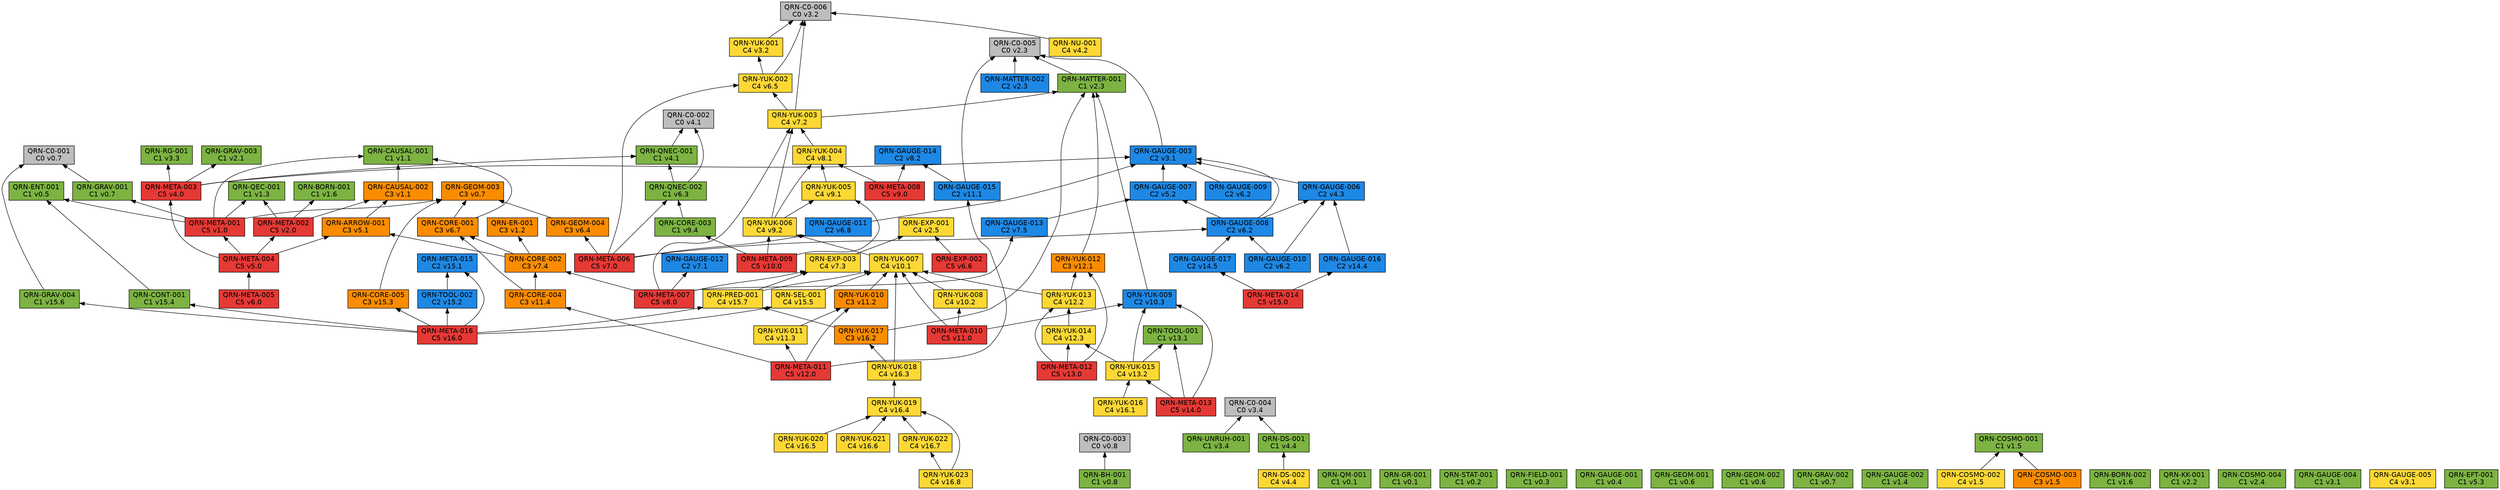
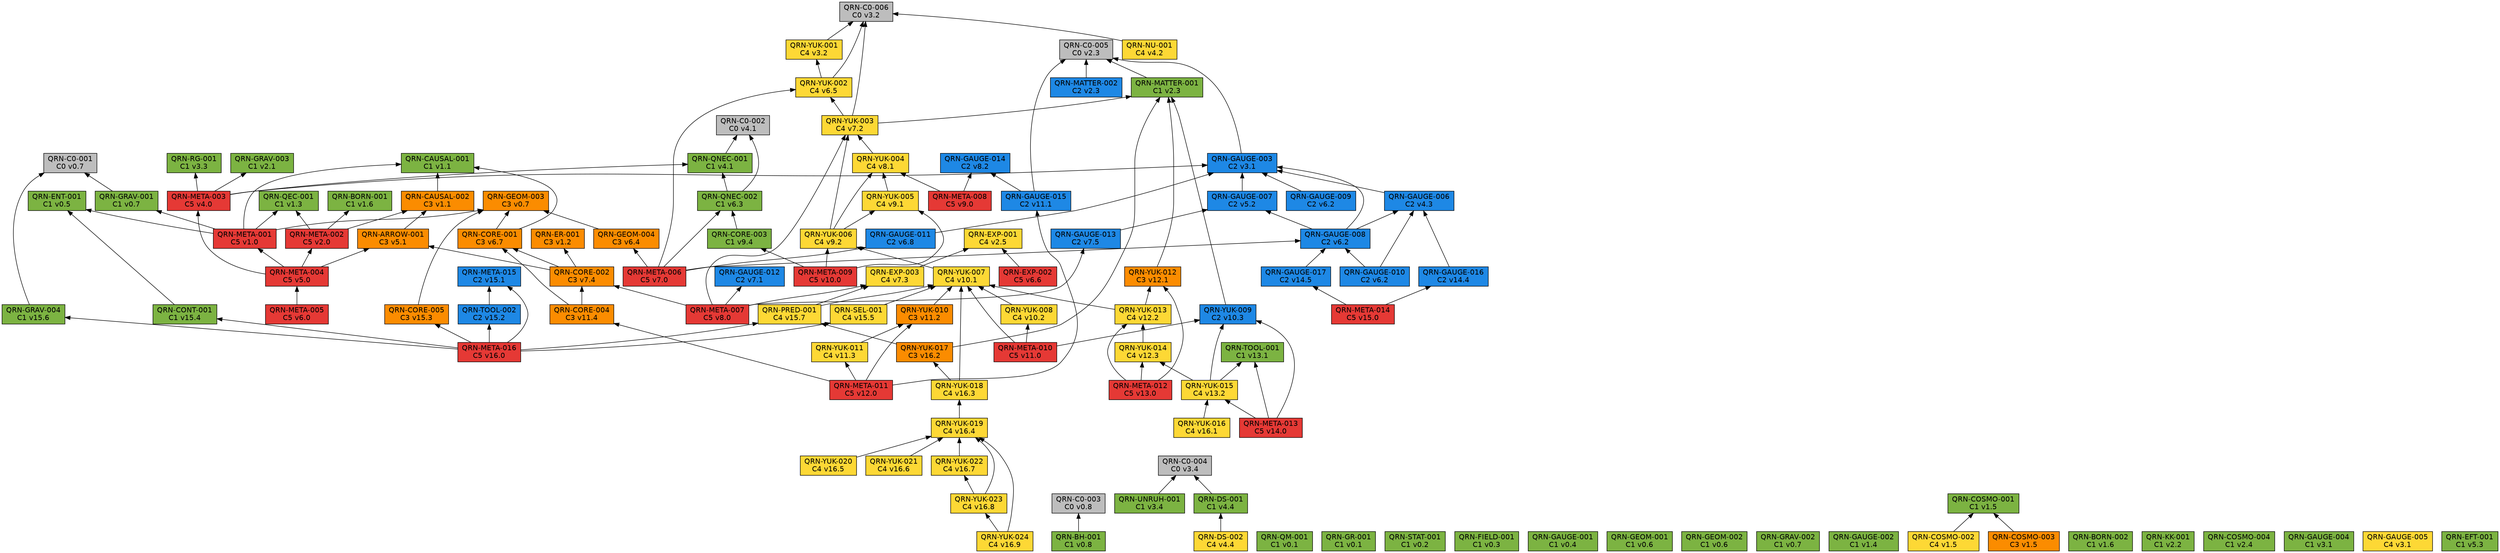
// 自動生成 (dag/report.pl) — QRN 主張依存グラフ
digraph qrn {
  rankdir=BT;
  node [shape=box, style=filled, fontname="Helvetica"];
  "QRN-C0-001" [fillcolor="#bdbdbd", label="QRN-C0-001\nC0 v0.7"];
  "QRN-C0-002" [fillcolor="#bdbdbd", label="QRN-C0-002\nC0 v4.1"];
  "QRN-C0-003" [fillcolor="#bdbdbd", label="QRN-C0-003\nC0 v0.8"];
  "QRN-C0-004" [fillcolor="#bdbdbd", label="QRN-C0-004\nC0 v3.4"];
  "QRN-C0-005" [fillcolor="#bdbdbd", label="QRN-C0-005\nC0 v2.3"];
  "QRN-C0-006" [fillcolor="#bdbdbd", label="QRN-C0-006\nC0 v3.2"];
  "QRN-QM-001" [fillcolor="#7cb342", label="QRN-QM-001\nC1 v0.1"];
  "QRN-GR-001" [fillcolor="#7cb342", label="QRN-GR-001\nC1 v0.1"];
  "QRN-STAT-001" [fillcolor="#7cb342", label="QRN-STAT-001\nC1 v0.2"];
  "QRN-FIELD-001" [fillcolor="#7cb342", label="QRN-FIELD-001\nC1 v0.3"];
  "QRN-GAUGE-001" [fillcolor="#7cb342", label="QRN-GAUGE-001\nC1 v0.4"];
  "QRN-ENT-001" [fillcolor="#7cb342", label="QRN-ENT-001\nC1 v0.5"];
  "QRN-GEOM-001" [fillcolor="#7cb342", label="QRN-GEOM-001\nC1 v0.6"];
  "QRN-GEOM-002" [fillcolor="#7cb342", label="QRN-GEOM-002\nC1 v0.6"];
  "QRN-GEOM-003" [fillcolor="#fb8c00", label="QRN-GEOM-003\nC3 v0.7"];
  "QRN-GRAV-001" [fillcolor="#7cb342", label="QRN-GRAV-001\nC1 v0.7"];
  "QRN-GRAV-002" [fillcolor="#7cb342", label="QRN-GRAV-002\nC1 v0.7"];
  "QRN-BH-001" [fillcolor="#7cb342", label="QRN-BH-001\nC1 v0.8"];
  "QRN-CAUSAL-001" [fillcolor="#7cb342", label="QRN-CAUSAL-001\nC1 v1.1"];
  "QRN-CAUSAL-002" [fillcolor="#fb8c00", label="QRN-CAUSAL-002\nC3 v1.1"];
  "QRN-ER-001" [fillcolor="#fb8c00", label="QRN-ER-001\nC3 v1.2"];
  "QRN-QEC-001" [fillcolor="#7cb342", label="QRN-QEC-001\nC1 v1.3"];
  "QRN-GAUGE-002" [fillcolor="#7cb342", label="QRN-GAUGE-002\nC1 v1.4"];
  "QRN-COSMO-001" [fillcolor="#7cb342", label="QRN-COSMO-001\nC1 v1.5"];
  "QRN-COSMO-002" [fillcolor="#fdd835", label="QRN-COSMO-002\nC4 v1.5"];
  "QRN-COSMO-003" [fillcolor="#fb8c00", label="QRN-COSMO-003\nC3 v1.5"];
  "QRN-BORN-001" [fillcolor="#7cb342", label="QRN-BORN-001\nC1 v1.6"];
  "QRN-BORN-002" [fillcolor="#7cb342", label="QRN-BORN-002\nC1 v1.6"];
  "QRN-GRAV-003" [fillcolor="#7cb342", label="QRN-GRAV-003\nC1 v2.1"];
  "QRN-KK-001" [fillcolor="#7cb342", label="QRN-KK-001\nC1 v2.2"];
  "QRN-MATTER-001" [fillcolor="#7cb342", label="QRN-MATTER-001\nC1 v2.3"];
  "QRN-MATTER-002" [fillcolor="#1e88e5", label="QRN-MATTER-002\nC2 v2.3"];
  "QRN-COSMO-004" [fillcolor="#7cb342", label="QRN-COSMO-004\nC1 v2.4"];
  "QRN-EXP-001" [fillcolor="#fdd835", label="QRN-EXP-001\nC4 v2.5"];
  "QRN-GAUGE-003" [fillcolor="#1e88e5", label="QRN-GAUGE-003\nC2 v3.1"];
  "QRN-GAUGE-004" [fillcolor="#7cb342", label="QRN-GAUGE-004\nC1 v3.1"];
  "QRN-GAUGE-005" [fillcolor="#fdd835", label="QRN-GAUGE-005\nC4 v3.1"];
  "QRN-YUK-001" [fillcolor="#fdd835", label="QRN-YUK-001\nC4 v3.2"];
  "QRN-RG-001" [fillcolor="#7cb342", label="QRN-RG-001\nC1 v3.3"];
  "QRN-UNRUH-001" [fillcolor="#7cb342", label="QRN-UNRUH-001\nC1 v3.4"];
  "QRN-QNEC-001" [fillcolor="#7cb342", label="QRN-QNEC-001\nC1 v4.1"];
  "QRN-NU-001" [fillcolor="#fdd835", label="QRN-NU-001\nC4 v4.2"];
  "QRN-GAUGE-006" [fillcolor="#1e88e5", label="QRN-GAUGE-006\nC2 v4.3"];
  "QRN-DS-001" [fillcolor="#7cb342", label="QRN-DS-001\nC1 v4.4"];
  "QRN-DS-002" [fillcolor="#fdd835", label="QRN-DS-002\nC4 v4.4"];
  "QRN-ARROW-001" [fillcolor="#fb8c00", label="QRN-ARROW-001\nC3 v5.1"];
  "QRN-GAUGE-007" [fillcolor="#1e88e5", label="QRN-GAUGE-007\nC2 v5.2"];
  "QRN-EFT-001" [fillcolor="#7cb342", label="QRN-EFT-001\nC1 v5.3"];
  "QRN-GAUGE-008" [fillcolor="#1e88e5", label="QRN-GAUGE-008\nC2 v6.2"];
  "QRN-GAUGE-009" [fillcolor="#1e88e5", label="QRN-GAUGE-009\nC2 v6.2"];
  "QRN-GAUGE-010" [fillcolor="#1e88e5", label="QRN-GAUGE-010\nC2 v6.2"];
  "QRN-QNEC-002" [fillcolor="#7cb342", label="QRN-QNEC-002\nC1 v6.3"];
  "QRN-GEOM-004" [fillcolor="#fb8c00", label="QRN-GEOM-004\nC3 v6.4"];
  "QRN-YUK-002" [fillcolor="#fdd835", label="QRN-YUK-002\nC4 v6.5"];
  "QRN-EXP-002" [fillcolor="#e53935", label="QRN-EXP-002\nC5 v6.6"];
  "QRN-CORE-001" [fillcolor="#fb8c00", label="QRN-CORE-001\nC3 v6.7"];
  "QRN-GAUGE-011" [fillcolor="#1e88e5", label="QRN-GAUGE-011\nC2 v6.8"];
  "QRN-GAUGE-012" [fillcolor="#1e88e5", label="QRN-GAUGE-012\nC2 v7.1"];
  "QRN-YUK-003" [fillcolor="#fdd835", label="QRN-YUK-003\nC4 v7.2"];
  "QRN-EXP-003" [fillcolor="#fdd835", label="QRN-EXP-003\nC4 v7.3"];
  "QRN-CORE-002" [fillcolor="#fb8c00", label="QRN-CORE-002\nC3 v7.4"];
  "QRN-GAUGE-013" [fillcolor="#1e88e5", label="QRN-GAUGE-013\nC2 v7.5"];
  "QRN-YUK-004" [fillcolor="#fdd835", label="QRN-YUK-004\nC4 v8.1"];
  "QRN-GAUGE-014" [fillcolor="#1e88e5", label="QRN-GAUGE-014\nC2 v8.2"];
  "QRN-META-001" [fillcolor="#e53935", label="QRN-META-001\nC5 v1.0"];
  "QRN-META-002" [fillcolor="#e53935", label="QRN-META-002\nC5 v2.0"];
  "QRN-META-003" [fillcolor="#e53935", label="QRN-META-003\nC5 v4.0"];
  "QRN-META-004" [fillcolor="#e53935", label="QRN-META-004\nC5 v5.0"];
  "QRN-META-005" [fillcolor="#e53935", label="QRN-META-005\nC5 v6.0"];
  "QRN-META-006" [fillcolor="#e53935", label="QRN-META-006\nC5 v7.0"];
  "QRN-META-007" [fillcolor="#e53935", label="QRN-META-007\nC5 v8.0"];
  "QRN-META-008" [fillcolor="#e53935", label="QRN-META-008\nC5 v9.0"];
  "QRN-YUK-005" [fillcolor="#fdd835", label="QRN-YUK-005\nC4 v9.1"];
  "QRN-YUK-006" [fillcolor="#fdd835", label="QRN-YUK-006\nC4 v9.2"];
  "QRN-CORE-003" [fillcolor="#7cb342", label="QRN-CORE-003\nC1 v9.4"];
  "QRN-META-009" [fillcolor="#e53935", label="QRN-META-009\nC5 v10.0"];
  "QRN-YUK-007" [fillcolor="#fdd835", label="QRN-YUK-007\nC4 v10.1"];
  "QRN-YUK-008" [fillcolor="#fdd835", label="QRN-YUK-008\nC4 v10.2"];
  "QRN-YUK-009" [fillcolor="#1e88e5", label="QRN-YUK-009\nC2 v10.3"];
  "QRN-META-010" [fillcolor="#e53935", label="QRN-META-010\nC5 v11.0"];
  "QRN-GAUGE-015" [fillcolor="#1e88e5", label="QRN-GAUGE-015\nC2 v11.1"];
  "QRN-YUK-010" [fillcolor="#fb8c00", label="QRN-YUK-010\nC3 v11.2"];
  "QRN-YUK-011" [fillcolor="#fdd835", label="QRN-YUK-011\nC4 v11.3"];
  "QRN-CORE-004" [fillcolor="#fb8c00", label="QRN-CORE-004\nC3 v11.4"];
  "QRN-META-011" [fillcolor="#e53935", label="QRN-META-011\nC5 v12.0"];
  "QRN-YUK-012" [fillcolor="#fb8c00", label="QRN-YUK-012\nC3 v12.1"];
  "QRN-YUK-013" [fillcolor="#fdd835", label="QRN-YUK-013\nC4 v12.2"];
  "QRN-YUK-014" [fillcolor="#fdd835", label="QRN-YUK-014\nC4 v12.3"];
  "QRN-META-012" [fillcolor="#e53935", label="QRN-META-012\nC5 v13.0"];
  "QRN-TOOL-001" [fillcolor="#7cb342", label="QRN-TOOL-001\nC1 v13.1"];
  "QRN-YUK-015" [fillcolor="#fdd835", label="QRN-YUK-015\nC4 v13.2"];
  "QRN-META-013" [fillcolor="#e53935", label="QRN-META-013\nC5 v14.0"];
  "QRN-GAUGE-016" [fillcolor="#1e88e5", label="QRN-GAUGE-016\nC2 v14.4"];
  "QRN-GAUGE-017" [fillcolor="#1e88e5", label="QRN-GAUGE-017\nC2 v14.5"];
  "QRN-META-014" [fillcolor="#e53935", label="QRN-META-014\nC5 v15.0"];
  "QRN-META-015" [fillcolor="#1e88e5", label="QRN-META-015\nC2 v15.1"];
  "QRN-TOOL-002" [fillcolor="#1e88e5", label="QRN-TOOL-002\nC2 v15.2"];
  "QRN-CORE-005" [fillcolor="#fb8c00", label="QRN-CORE-005\nC3 v15.3"];
  "QRN-CONT-001" [fillcolor="#7cb342", label="QRN-CONT-001\nC1 v15.4"];
  "QRN-SEL-001" [fillcolor="#fdd835", label="QRN-SEL-001\nC4 v15.5"];
  "QRN-GRAV-004" [fillcolor="#7cb342", label="QRN-GRAV-004\nC1 v15.6"];
  "QRN-PRED-001" [fillcolor="#fdd835", label="QRN-PRED-001\nC4 v15.7"];
  "QRN-META-016" [fillcolor="#e53935", label="QRN-META-016\nC5 v16.0"];
  "QRN-YUK-016" [fillcolor="#fdd835", label="QRN-YUK-016\nC4 v16.1"];
  "QRN-YUK-017" [fillcolor="#fb8c00", label="QRN-YUK-017\nC3 v16.2"];
  "QRN-YUK-018" [fillcolor="#fdd835", label="QRN-YUK-018\nC4 v16.3"];
  "QRN-YUK-019" [fillcolor="#fdd835", label="QRN-YUK-019\nC4 v16.4"];
  "QRN-YUK-020" [fillcolor="#fdd835", label="QRN-YUK-020\nC4 v16.5"];
  "QRN-YUK-021" [fillcolor="#fdd835", label="QRN-YUK-021\nC4 v16.6"];
  "QRN-YUK-022" [fillcolor="#fdd835", label="QRN-YUK-022\nC4 v16.7"];
  "QRN-YUK-023" [fillcolor="#fdd835", label="QRN-YUK-023\nC4 v16.8"];
+   "QRN-YUK-024" [fillcolor="#fdd835", label="QRN-YUK-024\nC4 v16.9"];
  "QRN-GRAV-001" -> "QRN-C0-001";
  "QRN-BH-001" -> "QRN-C0-003";
  "QRN-CAUSAL-002" -> "QRN-CAUSAL-001";
  "QRN-COSMO-002" -> "QRN-COSMO-001";
  "QRN-COSMO-003" -> "QRN-COSMO-001";
  "QRN-MATTER-001" -> "QRN-C0-005";
  "QRN-MATTER-002" -> "QRN-C0-005";
  "QRN-GAUGE-003" -> "QRN-C0-005";
  "QRN-YUK-001" -> "QRN-C0-006";
  "QRN-UNRUH-001" -> "QRN-C0-004";
  "QRN-QNEC-001" -> "QRN-C0-002";
  "QRN-NU-001" -> "QRN-C0-006";
  "QRN-GAUGE-006" -> "QRN-GAUGE-003";
  "QRN-DS-001" -> "QRN-C0-004";
  "QRN-DS-002" -> "QRN-DS-001";
  "QRN-ARROW-001" -> "QRN-CAUSAL-002";
  "QRN-GAUGE-007" -> "QRN-GAUGE-003";
  "QRN-GAUGE-008" -> "QRN-GAUGE-003";
  "QRN-GAUGE-008" -> "QRN-GAUGE-006";
  "QRN-GAUGE-008" -> "QRN-GAUGE-007";
  "QRN-GAUGE-009" -> "QRN-GAUGE-003";
  "QRN-GAUGE-010" -> "QRN-GAUGE-006";
  "QRN-GAUGE-010" -> "QRN-GAUGE-008";
  "QRN-QNEC-002" -> "QRN-C0-002";
  "QRN-QNEC-002" -> "QRN-QNEC-001";
  "QRN-GEOM-004" -> "QRN-GEOM-003";
  "QRN-YUK-002" -> "QRN-C0-006";
  "QRN-YUK-002" -> "QRN-YUK-001";
  "QRN-EXP-002" -> "QRN-EXP-001";
  "QRN-CORE-001" -> "QRN-GEOM-003";
  "QRN-CORE-001" -> "QRN-CAUSAL-001";
  "QRN-GAUGE-011" -> "QRN-GAUGE-003";
  "QRN-YUK-003" -> "QRN-C0-006";
  "QRN-YUK-003" -> "QRN-MATTER-001";
  "QRN-YUK-003" -> "QRN-YUK-002";
  "QRN-EXP-003" -> "QRN-EXP-001";
  "QRN-CORE-002" -> "QRN-CORE-001";
  "QRN-CORE-002" -> "QRN-ER-001";
  "QRN-CORE-002" -> "QRN-ARROW-001";
  "QRN-GAUGE-013" -> "QRN-GAUGE-007";
  "QRN-YUK-004" -> "QRN-YUK-003";
  "QRN-META-001" -> "QRN-GEOM-003";
  "QRN-META-001" -> "QRN-GRAV-001";
  "QRN-META-001" -> "QRN-CAUSAL-001";
  "QRN-META-001" -> "QRN-QEC-001";
  "QRN-META-001" -> "QRN-ENT-001";
  "QRN-META-002" -> "QRN-QEC-001";
  "QRN-META-002" -> "QRN-BORN-001";
  "QRN-META-002" -> "QRN-CAUSAL-002";
  "QRN-META-003" -> "QRN-GAUGE-003";
  "QRN-META-003" -> "QRN-RG-001";
  "QRN-META-003" -> "QRN-QNEC-001";
  "QRN-META-003" -> "QRN-GRAV-003";
  "QRN-META-004" -> "QRN-META-001";
  "QRN-META-004" -> "QRN-META-002";
  "QRN-META-004" -> "QRN-META-003";
  "QRN-META-004" -> "QRN-ARROW-001";
  "QRN-META-005" -> "QRN-META-004";
  "QRN-META-006" -> "QRN-GAUGE-008";
  "QRN-META-006" -> "QRN-QNEC-002";
  "QRN-META-006" -> "QRN-GEOM-004";
  "QRN-META-006" -> "QRN-YUK-002";
  "QRN-META-006" -> "QRN-GAUGE-011";
  "QRN-META-007" -> "QRN-GAUGE-012";
  "QRN-META-007" -> "QRN-YUK-003";
  "QRN-META-007" -> "QRN-EXP-003";
  "QRN-META-007" -> "QRN-CORE-002";
  "QRN-META-007" -> "QRN-GAUGE-013";
  "QRN-META-008" -> "QRN-YUK-004";
  "QRN-META-008" -> "QRN-GAUGE-014";
  "QRN-YUK-005" -> "QRN-YUK-004";
  "QRN-YUK-006" -> "QRN-YUK-003";
  "QRN-YUK-006" -> "QRN-YUK-004";
  "QRN-YUK-006" -> "QRN-YUK-005";
  "QRN-CORE-003" -> "QRN-QNEC-002";
  "QRN-META-009" -> "QRN-YUK-005";
  "QRN-META-009" -> "QRN-YUK-006";
  "QRN-META-009" -> "QRN-CORE-003";
  "QRN-YUK-007" -> "QRN-YUK-006";
  "QRN-YUK-008" -> "QRN-YUK-007";
  "QRN-YUK-009" -> "QRN-MATTER-001";
  "QRN-META-010" -> "QRN-YUK-007";
  "QRN-META-010" -> "QRN-YUK-008";
  "QRN-META-010" -> "QRN-YUK-009";
  "QRN-GAUGE-015" -> "QRN-C0-005";
  "QRN-GAUGE-015" -> "QRN-GAUGE-014";
  "QRN-YUK-010" -> "QRN-YUK-007";
  "QRN-YUK-011" -> "QRN-YUK-010";
  "QRN-CORE-004" -> "QRN-CORE-001";
  "QRN-CORE-004" -> "QRN-CORE-002";
  "QRN-META-011" -> "QRN-GAUGE-015";
  "QRN-META-011" -> "QRN-YUK-010";
  "QRN-META-011" -> "QRN-YUK-011";
  "QRN-META-011" -> "QRN-CORE-004";
  "QRN-YUK-012" -> "QRN-MATTER-001";
  "QRN-YUK-013" -> "QRN-YUK-012";
  "QRN-YUK-013" -> "QRN-YUK-007";
  "QRN-YUK-014" -> "QRN-YUK-013";
  "QRN-META-012" -> "QRN-YUK-012";
  "QRN-META-012" -> "QRN-YUK-013";
  "QRN-META-012" -> "QRN-YUK-014";
  "QRN-YUK-015" -> "QRN-YUK-014";
  "QRN-YUK-015" -> "QRN-TOOL-001";
  "QRN-YUK-015" -> "QRN-YUK-009";
  "QRN-META-013" -> "QRN-YUK-015";
  "QRN-META-013" -> "QRN-TOOL-001";
  "QRN-META-013" -> "QRN-YUK-009";
  "QRN-GAUGE-016" -> "QRN-GAUGE-006";
  "QRN-GAUGE-017" -> "QRN-GAUGE-008";
  "QRN-META-014" -> "QRN-GAUGE-016";
  "QRN-META-014" -> "QRN-GAUGE-017";
  "QRN-TOOL-002" -> "QRN-META-015";
  "QRN-CORE-005" -> "QRN-GEOM-003";
  "QRN-CONT-001" -> "QRN-ENT-001";
  "QRN-SEL-001" -> "QRN-YUK-007";
  "QRN-GRAV-004" -> "QRN-C0-001";
  "QRN-PRED-001" -> "QRN-YUK-007";
  "QRN-PRED-001" -> "QRN-EXP-003";
  "QRN-META-016" -> "QRN-META-015";
  "QRN-META-016" -> "QRN-TOOL-002";
  "QRN-META-016" -> "QRN-CORE-005";
  "QRN-META-016" -> "QRN-CONT-001";
  "QRN-META-016" -> "QRN-SEL-001";
  "QRN-META-016" -> "QRN-GRAV-004";
  "QRN-META-016" -> "QRN-PRED-001";
  "QRN-YUK-016" -> "QRN-YUK-015";
  "QRN-YUK-017" -> "QRN-MATTER-001";
  "QRN-YUK-017" -> "QRN-PRED-001";
  "QRN-YUK-018" -> "QRN-YUK-017";
  "QRN-YUK-018" -> "QRN-YUK-007";
  "QRN-YUK-019" -> "QRN-YUK-018";
  "QRN-YUK-020" -> "QRN-YUK-019";
  "QRN-YUK-021" -> "QRN-YUK-019";
  "QRN-YUK-022" -> "QRN-YUK-019";
  "QRN-YUK-023" -> "QRN-YUK-019";
  "QRN-YUK-023" -> "QRN-YUK-022";
+   "QRN-YUK-024" -> "QRN-YUK-019";
+   "QRN-YUK-024" -> "QRN-YUK-023";
}
